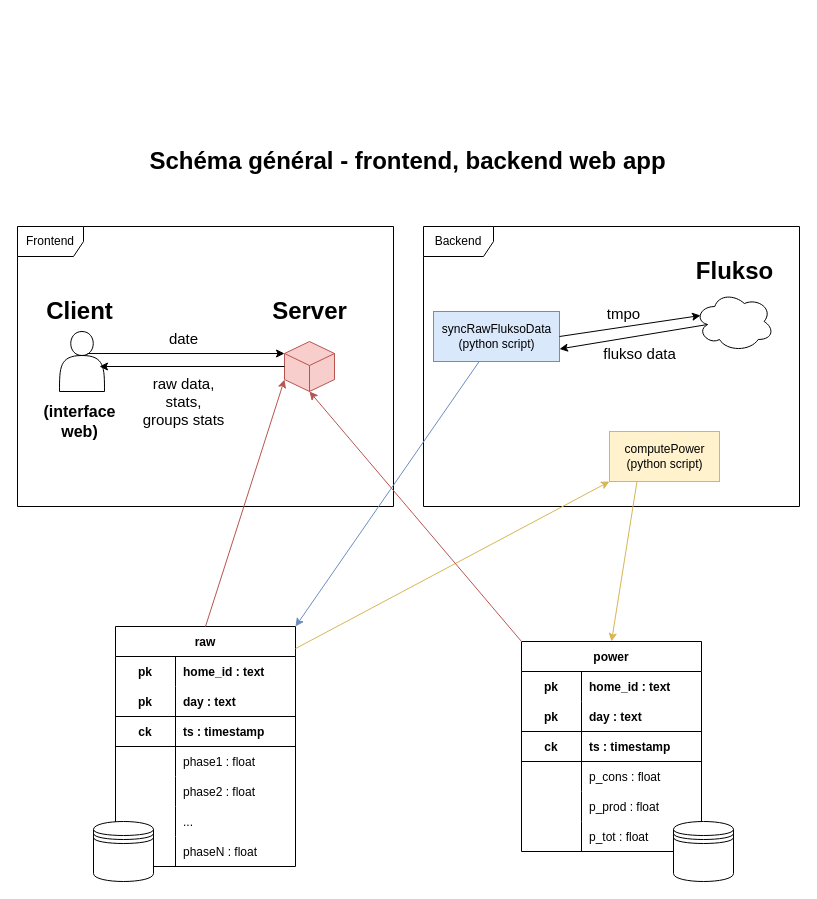
The draw.io diagram page "general schema" (8 of 12) of documentation/documentation_diagrams.drawio in AlexandreHnf/Voisin-d-energie-ULB, before the edit. Source tidied: cells renumbered, new cells numbered last; positions are measured from the earlier drawing's top-left corner, leaving out a move shared by most shapes. Both pictures are drawn from the tidied source at 100%, with x=0, y=0 at pixel (17, 141).
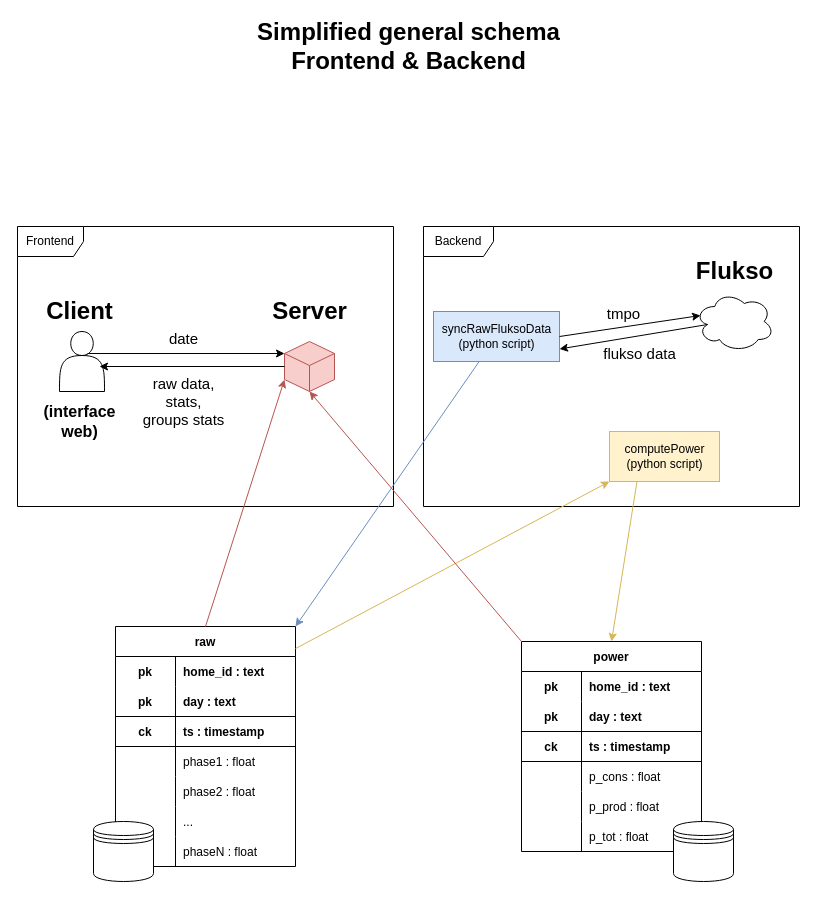
After the change.

Diff of the diagram source:
```diff
@@
-    <mxCell id="69" value="Schéma général - frontend, backend web app" style="text;strokeColor=none;fillColor=none;html=1;fontSize=24;fontStyle=1;verticalAlign=middle;align=center;" parent="1" vertex="1">
-      <mxGeometry x="340" width="100" height="40" as="geometry" />
+    <mxCell id="69" value="&lt;div&gt;Simplified general schema&lt;/div&gt;&lt;div&gt;Frontend &amp;amp; Backend&lt;/div&gt;" style="text;strokeColor=none;fillColor=none;html=1;fontSize=24;fontStyle=1;verticalAlign=middle;align=center;" parent="1" vertex="1">
+      <mxGeometry x="341" y="-115" width="100" height="40" as="geometry" />
     </mxCell>
```
